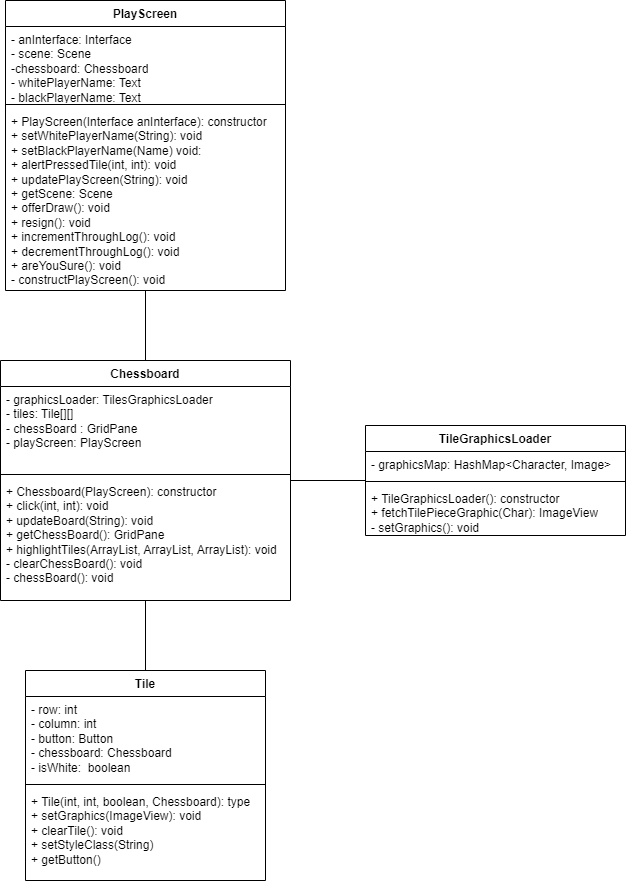
Earlier version of the draw.io export dev/diagrams/Chessboard class Diagram.png (Skadoot/GP9). Source tidied: cells renumbered, new cells last; positions are measured from the earlier drawing's top-left corner, leaving out a move shared by most shapes.
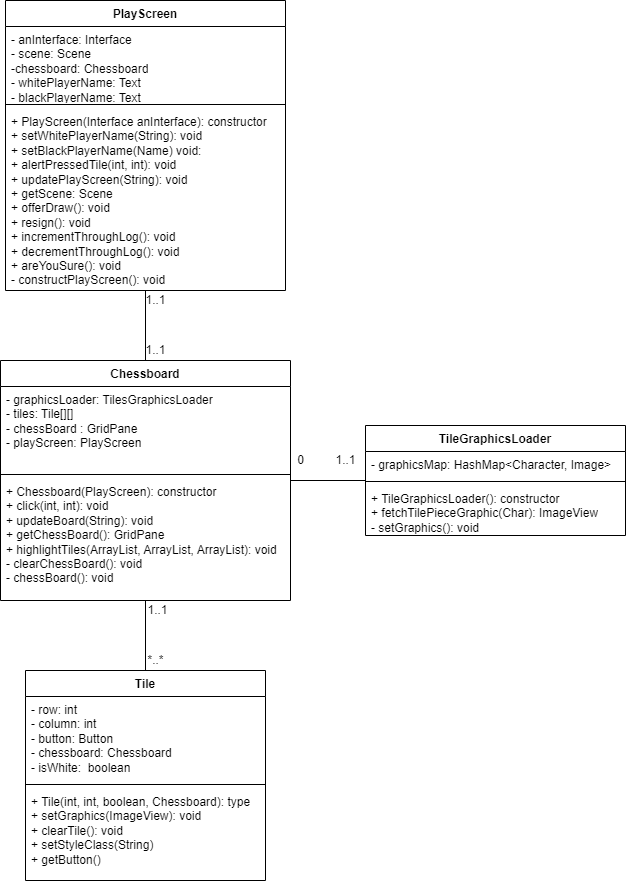
After the commit.

Diff of the diagram source:
```diff
@@ -59,5 +59,23 @@
     <mxCell id="20" value="+ TileGraphicsLoader(): constructor&lt;br&gt;+ fetchTilePieceGraphic(Char): ImageView&lt;br&gt;- setGraphics(): void&lt;br&gt;" style="text;strokeColor=none;fillColor=none;align=left;verticalAlign=top;spacingLeft=4;spacingRight=4;overflow=hidden;whiteSpace=wrap;html=1;" parent="17" vertex="1">
       <mxGeometry y="60" width="260" height="50" as="geometry" />
     </mxCell>
+    <mxCell id="21" value="1..1" style="text;html=1;align=center;verticalAlign=middle;strokeColor=none;fillColor=none;" parent="1" vertex="1">
+      <mxGeometry x="135" y="285" width="40" height="30" as="geometry" />
+    </mxCell>
+    <mxCell id="22" value="1..1" style="text;html=1;align=center;verticalAlign=middle;strokeColor=none;fillColor=none;" parent="1" vertex="1">
+      <mxGeometry x="135" y="335" width="40" height="30" as="geometry" />
+    </mxCell>
+    <mxCell id="23" value="1..1" style="text;html=1;align=center;verticalAlign=middle;strokeColor=none;fillColor=none;" parent="1" vertex="1">
+      <mxGeometry x="137" y="595" width="40" height="30" as="geometry" />
+    </mxCell>
+    <mxCell id="24" value="*..*" style="text;html=1;align=center;verticalAlign=middle;strokeColor=none;fillColor=none;" parent="1" vertex="1">
+      <mxGeometry x="135" y="645" width="40" height="30" as="geometry" />
+    </mxCell>
+    <mxCell id="25" value="0" style="text;html=1;align=center;verticalAlign=middle;strokeColor=none;fillColor=none;" parent="1" vertex="1">
+      <mxGeometry x="285" y="445" width="30" height="30" as="geometry" />
+    </mxCell>
+    <mxCell id="26" value="1..1" style="text;html=1;align=center;verticalAlign=middle;strokeColor=none;fillColor=none;" parent="1" vertex="1">
+      <mxGeometry x="325" y="445" width="40" height="30" as="geometry" />
+    </mxCell>
   </root>
 </mxGraphModel>
```
